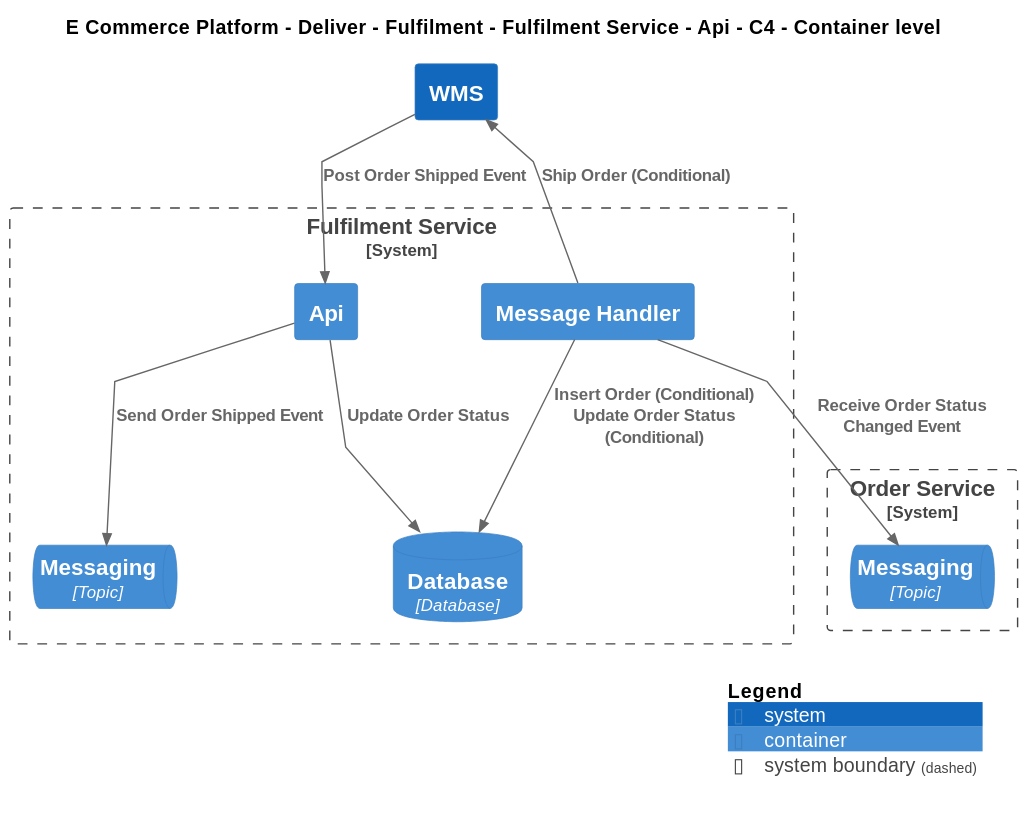
Earlier version of the PlantUML export Samples/E-Commerce Platform/Yaml/Diagrams/E Commerce Platform/Views/Apis/Deliver/Fulfilment/Software Systems/Fulfilment Service/Containers/Api/Container - C4.svg (mnadenysenko/C4InterFlow). The source it was exported from:
```plantuml
@startuml
!include ..\..\..\..\..\..\..\..\..\.c4s\C4_Container.puml

AddElementTag("c4interflow:lifecycle:new", $bgColor=green, $fontColor=#ffffff, $borderColor=green, $shadowing="False")
AddElementTag("c4interflow:lifecycle:changed", $bgColor=orange, $fontColor=#ffffff, $borderColor=orange, $shadowing="False")
AddElementTag("c4interflow:lifecycle:removed", $bgColor=red, $fontColor=#ffffff, $borderColor=red, $shadowing="False")

AddRelTag("c4interflow:lifecycle:new", $textColor=green, $lineColor=green)
AddRelTag("c4interflow:lifecycle:changed", $textColor=orange, $lineColor=orange)
AddRelTag("c4interflow:lifecycle:removed", $textColor=red, $lineColor=red)

SHOW_PERSON_PORTRAIT()
LAYOUT_TOP_DOWN()

skinparam linetype polyline

title E Commerce Platform - Deliver - Fulfilment - Fulfilment Service - Api - C4 - Container level


System_Boundary(ECommercePlatform.Deliver.Fulfilment.SoftwareSystems.FulfilmentService, "Fulfilment Service") {
    Container(ECommercePlatform.Deliver.Fulfilment.SoftwareSystems.FulfilmentService.Containers.MessageHandler, "Message Handler", "", "")
    ContainerDb(ECommercePlatform.Deliver.Fulfilment.SoftwareSystems.FulfilmentService.Containers.Database, "Database", "Database", "")
    Container(ECommercePlatform.Deliver.Fulfilment.SoftwareSystems.FulfilmentService.Containers.Api, "Api", "", "")
    ContainerQueue(ECommercePlatform.Deliver.Fulfilment.SoftwareSystems.FulfilmentService.Containers.Messaging, "Messaging", "Topic", "")
}

System_Boundary(ECommercePlatform.GenerateDemand.OrderManagement.SoftwareSystems.OrderService, "Order Service") {
    ContainerQueue(ECommercePlatform.GenerateDemand.OrderManagement.SoftwareSystems.OrderService.Containers.Messaging, "Messaging", "Topic", "")
}
System(ECommercePlatform.Deliver.Fulfilment.SoftwareSystems.WMS, "WMS", "")

Rel(ECommercePlatform.Deliver.Fulfilment.SoftwareSystems.FulfilmentService.Containers.MessageHandler, ECommercePlatform.GenerateDemand.OrderManagement.SoftwareSystems.OrderService.Containers.Messaging, "Receive Order Status Changed Event")
Rel(ECommercePlatform.Deliver.Fulfilment.SoftwareSystems.FulfilmentService.Containers.MessageHandler, ECommercePlatform.Deliver.Fulfilment.SoftwareSystems.FulfilmentService.Containers.Database, "Insert Order (Conditional)\nUpdate Order Status (Conditional)")
Rel(ECommercePlatform.Deliver.Fulfilment.SoftwareSystems.FulfilmentService.Containers.MessageHandler, ECommercePlatform.Deliver.Fulfilment.SoftwareSystems.WMS, "Ship Order (Conditional)")
Rel(ECommercePlatform.Deliver.Fulfilment.SoftwareSystems.WMS, ECommercePlatform.Deliver.Fulfilment.SoftwareSystems.FulfilmentService.Containers.Api, "Post Order Shipped Event")
Rel(ECommercePlatform.Deliver.Fulfilment.SoftwareSystems.FulfilmentService.Containers.Api, ECommercePlatform.Deliver.Fulfilment.SoftwareSystems.FulfilmentService.Containers.Database, "Update Order Status")
Rel(ECommercePlatform.Deliver.Fulfilment.SoftwareSystems.FulfilmentService.Containers.Api, ECommercePlatform.Deliver.Fulfilment.SoftwareSystems.FulfilmentService.Containers.Messaging, "Send Order Shipped Event")


SHOW_LEGEND()
@enduml
```
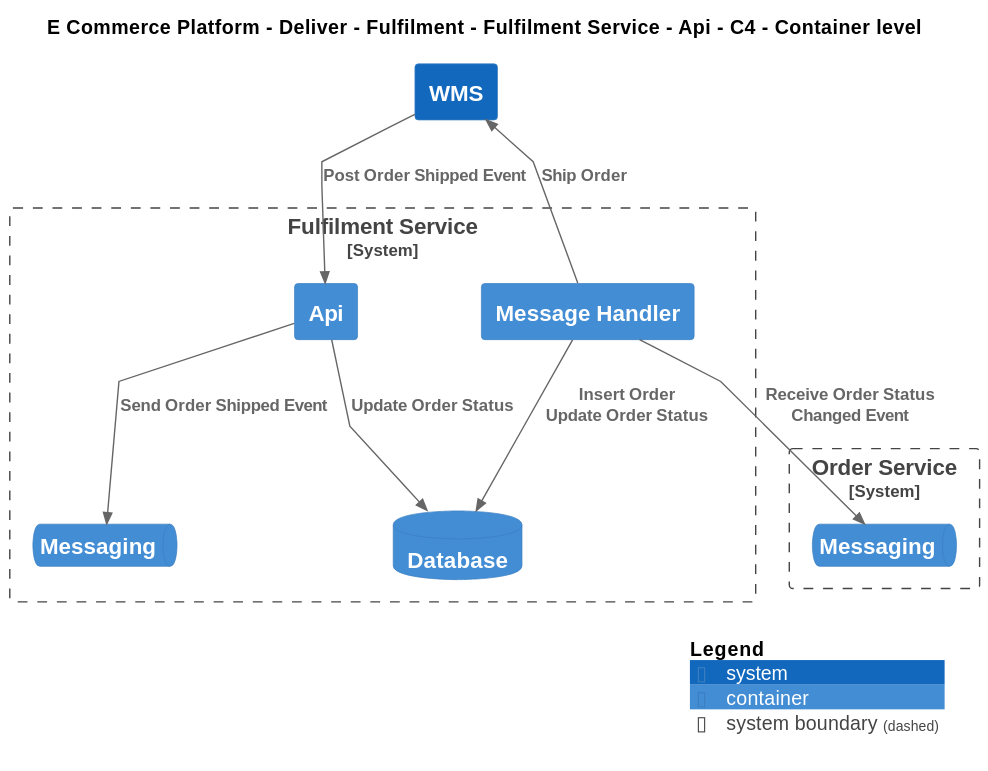
The same diagram one commit later.

The edit, as a diff of the source:
```diff
@@ -19,19 +19,19 @@
 
 System_Boundary(ECommercePlatform.Deliver.Fulfilment.SoftwareSystems.FulfilmentService, "Fulfilment Service") {
     Container(ECommercePlatform.Deliver.Fulfilment.SoftwareSystems.FulfilmentService.Containers.MessageHandler, "Message Handler", "", "")
-    ContainerDb(ECommercePlatform.Deliver.Fulfilment.SoftwareSystems.FulfilmentService.Containers.Database, "Database", "Database", "")
+    ContainerDb(ECommercePlatform.Deliver.Fulfilment.SoftwareSystems.FulfilmentService.Containers.Database, "Database", "", "")
     Container(ECommercePlatform.Deliver.Fulfilment.SoftwareSystems.FulfilmentService.Containers.Api, "Api", "", "")
-    ContainerQueue(ECommercePlatform.Deliver.Fulfilment.SoftwareSystems.FulfilmentService.Containers.Messaging, "Messaging", "Topic", "")
+    ContainerQueue(ECommercePlatform.Deliver.Fulfilment.SoftwareSystems.FulfilmentService.Containers.Messaging, "Messaging", "", "")
 }
 
 System_Boundary(ECommercePlatform.GenerateDemand.OrderManagement.SoftwareSystems.OrderService, "Order Service") {
-    ContainerQueue(ECommercePlatform.GenerateDemand.OrderManagement.SoftwareSystems.OrderService.Containers.Messaging, "Messaging", "Topic", "")
+    ContainerQueue(ECommercePlatform.GenerateDemand.OrderManagement.SoftwareSystems.OrderService.Containers.Messaging, "Messaging", "", "")
 }
 System(ECommercePlatform.Deliver.Fulfilment.SoftwareSystems.WMS, "WMS", "")
 
 Rel(ECommercePlatform.Deliver.Fulfilment.SoftwareSystems.FulfilmentService.Containers.MessageHandler, ECommercePlatform.GenerateDemand.OrderManagement.SoftwareSystems.OrderService.Containers.Messaging, "Receive Order Status Changed Event")
-Rel(ECommercePlatform.Deliver.Fulfilment.SoftwareSystems.FulfilmentService.Containers.MessageHandler, ECommercePlatform.Deliver.Fulfilment.SoftwareSystems.FulfilmentService.Containers.Database, "Insert Order (Conditional)\nUpdate Order Status (Conditional)")
-Rel(ECommercePlatform.Deliver.Fulfilment.SoftwareSystems.FulfilmentService.Containers.MessageHandler, ECommercePlatform.Deliver.Fulfilment.SoftwareSystems.WMS, "Ship Order (Conditional)")
+Rel(ECommercePlatform.Deliver.Fulfilment.SoftwareSystems.FulfilmentService.Containers.MessageHandler, ECommercePlatform.Deliver.Fulfilment.SoftwareSystems.FulfilmentService.Containers.Database, "Insert Order\nUpdate Order Status")
+Rel(ECommercePlatform.Deliver.Fulfilment.SoftwareSystems.FulfilmentService.Containers.MessageHandler, ECommercePlatform.Deliver.Fulfilment.SoftwareSystems.WMS, "Ship Order")
 Rel(ECommercePlatform.Deliver.Fulfilment.SoftwareSystems.WMS, ECommercePlatform.Deliver.Fulfilment.SoftwareSystems.FulfilmentService.Containers.Api, "Post Order Shipped Event")
 Rel(ECommercePlatform.Deliver.Fulfilment.SoftwareSystems.FulfilmentService.Containers.Api, ECommercePlatform.Deliver.Fulfilment.SoftwareSystems.FulfilmentService.Containers.Database, "Update Order Status")
 Rel(ECommercePlatform.Deliver.Fulfilment.SoftwareSystems.FulfilmentService.Containers.Api, ECommercePlatform.Deliver.Fulfilment.SoftwareSystems.FulfilmentService.Containers.Messaging, "Send Order Shipped Event")
```
